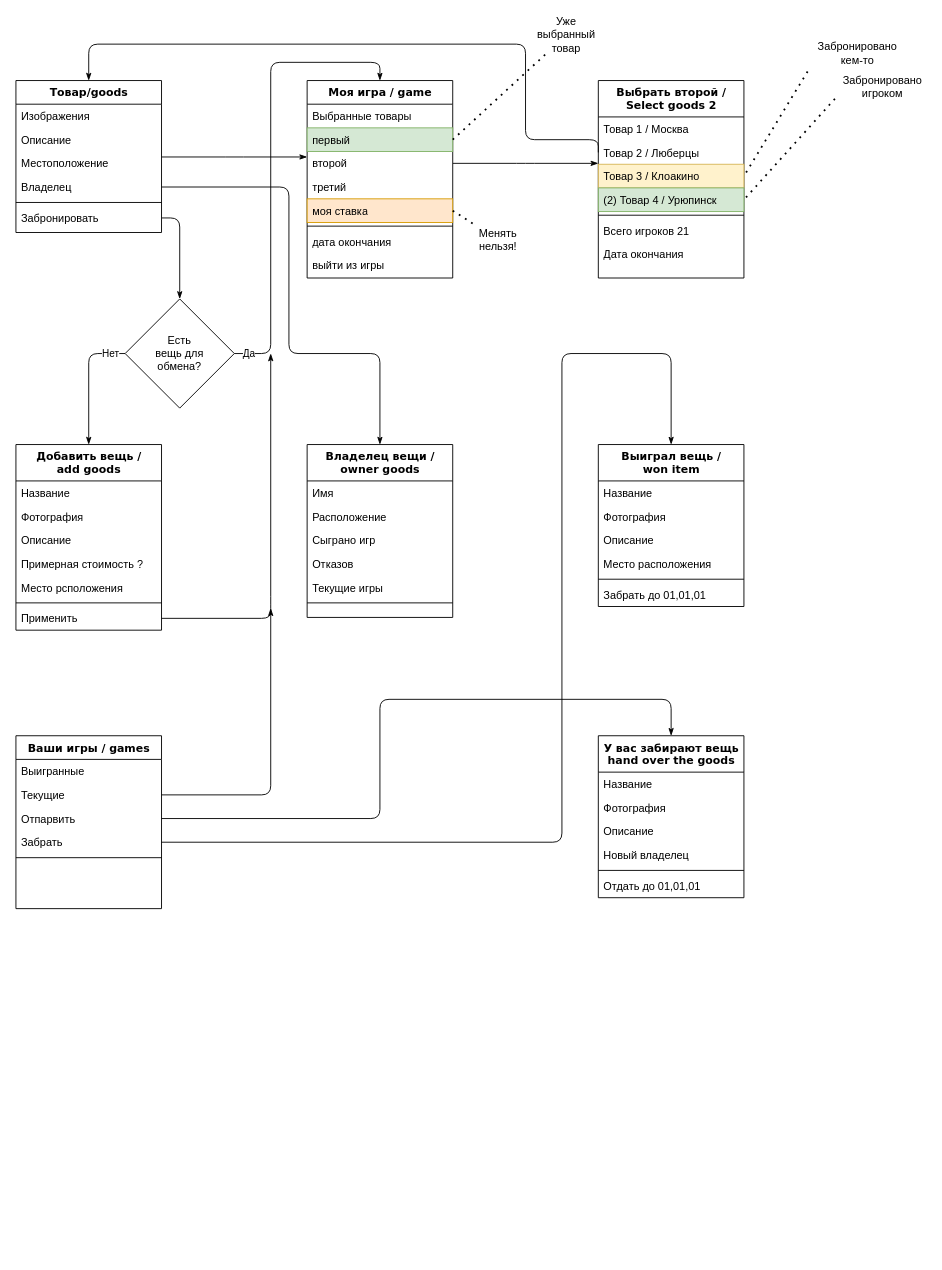
Earlier version of the draw.io diagram Untitled Diagram.drawio (hazik76/Transmit). Source tidied: cells renumbered, new cells numbered last; positions are measured from the earlier drawing's top-left corner, leaving out a move shared by most shapes. Both pictures are drawn from the tidied source at 91%, with x=0, y=0 at pixel (15, 16).
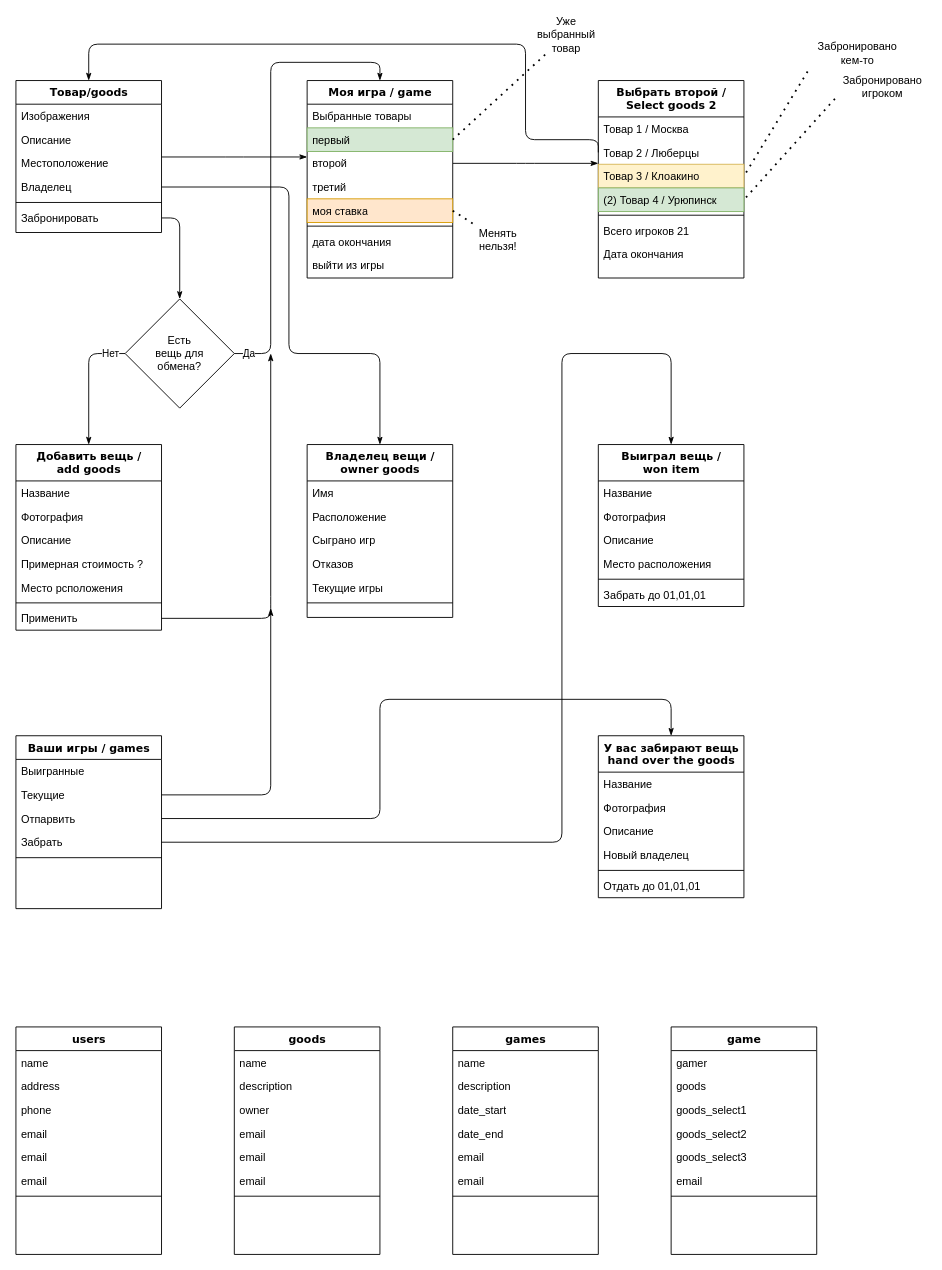
After the change.

What changed in the source:
```diff
@@
+    <mxCell id="84" value="users" style="swimlane;html=1;fontStyle=1;align=center;verticalAlign=top;horizontal=1;startSize=26;swimlaneFillColor=#ffffff;rounded=0;shadow=0;comic=0;labelBackgroundColor=none;strokeWidth=1;fillColor=none;fontFamily=Verdana;fontSize=12;" parent="1" vertex="1">
+      <mxGeometry y="1110" width="160" height="250" as="geometry" />
+    </mxCell>
+    <mxCell id="85" value="name" style="text;html=1;strokeColor=none;fillColor=none;align=left;verticalAlign=top;spacingLeft=4;spacingRight=4;whiteSpace=wrap;overflow=hidden;" parent="84" vertex="1">
+      <mxGeometry y="26" width="160" height="26" as="geometry" />
+    </mxCell>
+    <mxCell id="86" value="address" style="text;html=1;strokeColor=none;fillColor=none;align=left;verticalAlign=top;spacingLeft=4;spacingRight=4;whiteSpace=wrap;overflow=hidden;" parent="84" vertex="1">
+      <mxGeometry y="52" width="160" height="26" as="geometry" />
+    </mxCell>
+    <mxCell id="87" value="phone" style="text;html=1;strokeColor=none;fillColor=none;align=left;verticalAlign=top;spacingLeft=4;spacingRight=4;whiteSpace=wrap;overflow=hidden;" parent="84" vertex="1">
+      <mxGeometry y="78" width="160" height="26" as="geometry" />
+    </mxCell>
+    <mxCell id="88" value="email" style="text;html=1;strokeColor=none;fillColor=none;align=left;verticalAlign=top;spacingLeft=4;spacingRight=4;whiteSpace=wrap;overflow=hidden;" parent="84" vertex="1">
+      <mxGeometry y="104" width="160" height="26" as="geometry" />
+    </mxCell>
+    <mxCell id="89" value="email" style="text;html=1;strokeColor=none;fillColor=none;align=left;verticalAlign=top;spacingLeft=4;spacingRight=4;whiteSpace=wrap;overflow=hidden;" parent="84" vertex="1">
+      <mxGeometry y="130" width="160" height="26" as="geometry" />
+    </mxCell>
+    <mxCell id="90" value="email" style="text;html=1;strokeColor=none;fillColor=none;align=left;verticalAlign=top;spacingLeft=4;spacingRight=4;whiteSpace=wrap;overflow=hidden;" parent="84" vertex="1">
+      <mxGeometry y="156" width="160" height="26" as="geometry" />
+    </mxCell>
+    <mxCell id="91" style="line;html=1;strokeWidth=1;fillColor=none;align=left;verticalAlign=middle;spacingTop=-1;spacingLeft=3;spacingRight=3;labelPosition=right;" parent="84" vertex="1">
+      <mxGeometry y="182" width="160" height="8" as="geometry" />
+    </mxCell>
+    <mxCell id="92" value="goods" style="swimlane;html=1;fontStyle=1;align=center;verticalAlign=top;horizontal=1;startSize=26;swimlaneFillColor=#ffffff;rounded=0;shadow=0;comic=0;labelBackgroundColor=none;strokeWidth=1;fillColor=none;fontFamily=Verdana;fontSize=12;" parent="1" vertex="1">
+      <mxGeometry x="240" y="1110" width="160" height="250" as="geometry" />
+    </mxCell>
+    <mxCell id="93" value="name" style="text;html=1;strokeColor=none;fillColor=none;align=left;verticalAlign=top;spacingLeft=4;spacingRight=4;whiteSpace=wrap;overflow=hidden;" parent="92" vertex="1">
+      <mxGeometry y="26" width="160" height="26" as="geometry" />
+    </mxCell>
+    <mxCell id="94" value="description" style="text;html=1;strokeColor=none;fillColor=none;align=left;verticalAlign=top;spacingLeft=4;spacingRight=4;whiteSpace=wrap;overflow=hidden;" parent="92" vertex="1">
+      <mxGeometry y="52" width="160" height="26" as="geometry" />
+    </mxCell>
+    <mxCell id="95" value="owner" style="text;html=1;strokeColor=none;fillColor=none;align=left;verticalAlign=top;spacingLeft=4;spacingRight=4;whiteSpace=wrap;overflow=hidden;" parent="92" vertex="1">
+      <mxGeometry y="78" width="160" height="26" as="geometry" />
+    </mxCell>
+    <mxCell id="96" value="email" style="text;html=1;strokeColor=none;fillColor=none;align=left;verticalAlign=top;spacingLeft=4;spacingRight=4;whiteSpace=wrap;overflow=hidden;" parent="92" vertex="1">
+      <mxGeometry y="104" width="160" height="26" as="geometry" />
+    </mxCell>
+    <mxCell id="97" value="email" style="text;html=1;strokeColor=none;fillColor=none;align=left;verticalAlign=top;spacingLeft=4;spacingRight=4;whiteSpace=wrap;overflow=hidden;" parent="92" vertex="1">
+      <mxGeometry y="130" width="160" height="26" as="geometry" />
+    </mxCell>
+    <mxCell id="98" value="email" style="text;html=1;strokeColor=none;fillColor=none;align=left;verticalAlign=top;spacingLeft=4;spacingRight=4;whiteSpace=wrap;overflow=hidden;" parent="92" vertex="1">
+      <mxGeometry y="156" width="160" height="26" as="geometry" />
+    </mxCell>
+    <mxCell id="99" style="line;html=1;strokeWidth=1;fillColor=none;align=left;verticalAlign=middle;spacingTop=-1;spacingLeft=3;spacingRight=3;labelPosition=right;" parent="92" vertex="1">
+      <mxGeometry y="182" width="160" height="8" as="geometry" />
+    </mxCell>
+    <mxCell id="100" value="games" style="swimlane;html=1;fontStyle=1;align=center;verticalAlign=top;horizontal=1;startSize=26;swimlaneFillColor=#ffffff;rounded=0;shadow=0;comic=0;labelBackgroundColor=none;strokeWidth=1;fillColor=none;fontFamily=Verdana;fontSize=12;" parent="1" vertex="1">
+      <mxGeometry x="480" y="1110" width="160" height="250" as="geometry" />
+    </mxCell>
+    <mxCell id="101" value="name" style="text;html=1;strokeColor=none;fillColor=none;align=left;verticalAlign=top;spacingLeft=4;spacingRight=4;whiteSpace=wrap;overflow=hidden;" parent="100" vertex="1">
+      <mxGeometry y="26" width="160" height="26" as="geometry" />
+    </mxCell>
+    <mxCell id="102" value="description" style="text;html=1;strokeColor=none;fillColor=none;align=left;verticalAlign=top;spacingLeft=4;spacingRight=4;whiteSpace=wrap;overflow=hidden;" parent="100" vertex="1">
+      <mxGeometry y="52" width="160" height="26" as="geometry" />
+    </mxCell>
+    <mxCell id="103" value="date_start" style="text;html=1;strokeColor=none;fillColor=none;align=left;verticalAlign=top;spacingLeft=4;spacingRight=4;whiteSpace=wrap;overflow=hidden;" parent="100" vertex="1">
+      <mxGeometry y="78" width="160" height="26" as="geometry" />
+    </mxCell>
+    <mxCell id="104" value="date_end" style="text;html=1;strokeColor=none;fillColor=none;align=left;verticalAlign=top;spacingLeft=4;spacingRight=4;whiteSpace=wrap;overflow=hidden;" parent="100" vertex="1">
+      <mxGeometry y="104" width="160" height="26" as="geometry" />
+    </mxCell>
+    <mxCell id="105" value="email" style="text;html=1;strokeColor=none;fillColor=none;align=left;verticalAlign=top;spacingLeft=4;spacingRight=4;whiteSpace=wrap;overflow=hidden;" parent="100" vertex="1">
+      <mxGeometry y="130" width="160" height="26" as="geometry" />
+    </mxCell>
+    <mxCell id="106" value="email" style="text;html=1;strokeColor=none;fillColor=none;align=left;verticalAlign=top;spacingLeft=4;spacingRight=4;whiteSpace=wrap;overflow=hidden;" parent="100" vertex="1">
+      <mxGeometry y="156" width="160" height="26" as="geometry" />
+    </mxCell>
+    <mxCell id="107" style="line;html=1;strokeWidth=1;fillColor=none;align=left;verticalAlign=middle;spacingTop=-1;spacingLeft=3;spacingRight=3;labelPosition=right;" parent="100" vertex="1">
+      <mxGeometry y="182" width="160" height="8" as="geometry" />
+    </mxCell>
+    <mxCell id="108" value="game" style="swimlane;html=1;fontStyle=1;align=center;verticalAlign=top;horizontal=1;startSize=26;swimlaneFillColor=#ffffff;rounded=0;shadow=0;comic=0;labelBackgroundColor=none;strokeWidth=1;fillColor=none;fontFamily=Verdana;fontSize=12;" parent="1" vertex="1">
+      <mxGeometry x="720" y="1110" width="160" height="250" as="geometry" />
+    </mxCell>
+    <mxCell id="109" value="gamer" style="text;html=1;strokeColor=none;fillColor=none;align=left;verticalAlign=top;spacingLeft=4;spacingRight=4;whiteSpace=wrap;overflow=hidden;" parent="108" vertex="1">
+      <mxGeometry y="26" width="160" height="26" as="geometry" />
+    </mxCell>
+    <mxCell id="110" value="goods" style="text;html=1;strokeColor=none;fillColor=none;align=left;verticalAlign=top;spacingLeft=4;spacingRight=4;whiteSpace=wrap;overflow=hidden;" parent="108" vertex="1">
+      <mxGeometry y="52" width="160" height="26" as="geometry" />
+    </mxCell>
+    <mxCell id="111" value="goods_select1" style="text;html=1;strokeColor=none;fillColor=none;align=left;verticalAlign=top;spacingLeft=4;spacingRight=4;whiteSpace=wrap;overflow=hidden;" parent="108" vertex="1">
+      <mxGeometry y="78" width="160" height="26" as="geometry" />
+    </mxCell>
+    <mxCell id="112" value="goods_select2" style="text;html=1;strokeColor=none;fillColor=none;align=left;verticalAlign=top;spacingLeft=4;spacingRight=4;whiteSpace=wrap;overflow=hidden;" parent="108" vertex="1">
+      <mxGeometry y="104" width="160" height="26" as="geometry" />
+    </mxCell>
+    <mxCell id="113" value="goods_select3" style="text;html=1;strokeColor=none;fillColor=none;align=left;verticalAlign=top;spacingLeft=4;spacingRight=4;whiteSpace=wrap;overflow=hidden;" parent="108" vertex="1">
+      <mxGeometry y="130" width="160" height="26" as="geometry" />
+    </mxCell>
+    <mxCell id="114" value="email" style="text;html=1;strokeColor=none;fillColor=none;align=left;verticalAlign=top;spacingLeft=4;spacingRight=4;whiteSpace=wrap;overflow=hidden;" parent="108" vertex="1">
+      <mxGeometry y="156" width="160" height="26" as="geometry" />
+    </mxCell>
+    <mxCell id="115" style="line;html=1;strokeWidth=1;fillColor=none;align=left;verticalAlign=middle;spacingTop=-1;spacingLeft=3;spacingRight=3;labelPosition=right;" parent="108" vertex="1">
+      <mxGeometry y="182" width="160" height="8" as="geometry" />
+    </mxCell>
```
